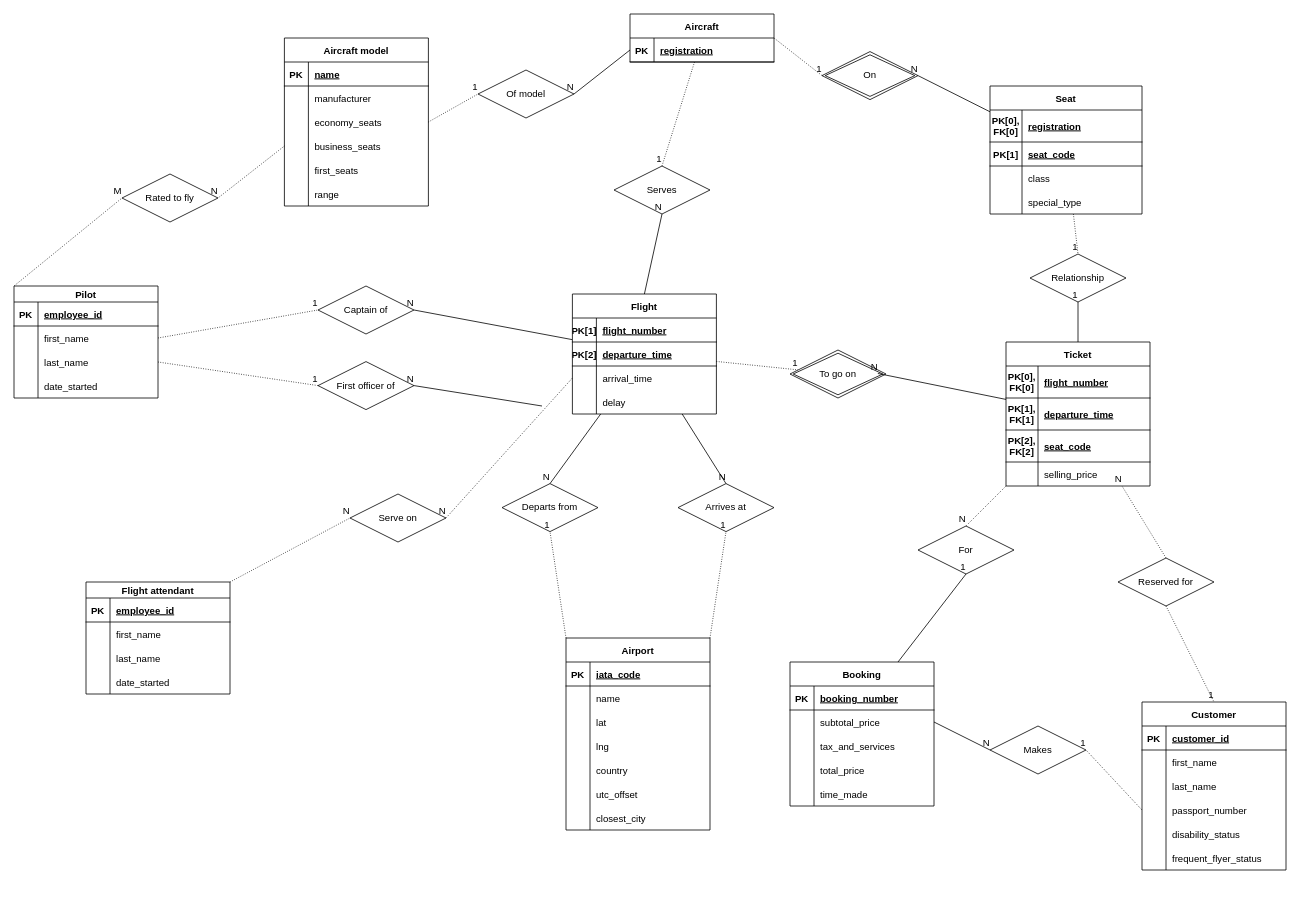
The draw.io diagram Airline system ER diagram.drawio in lyulka/comp3278, before the edit. Source tidied: cells renumbered, new cells numbered last; positions are measured from the earlier drawing's top-left corner, leaving out a move shared by most shapes. Both pictures are drawn from the tidied source at 80%, with x=0, y=0 at pixel (14, 14).
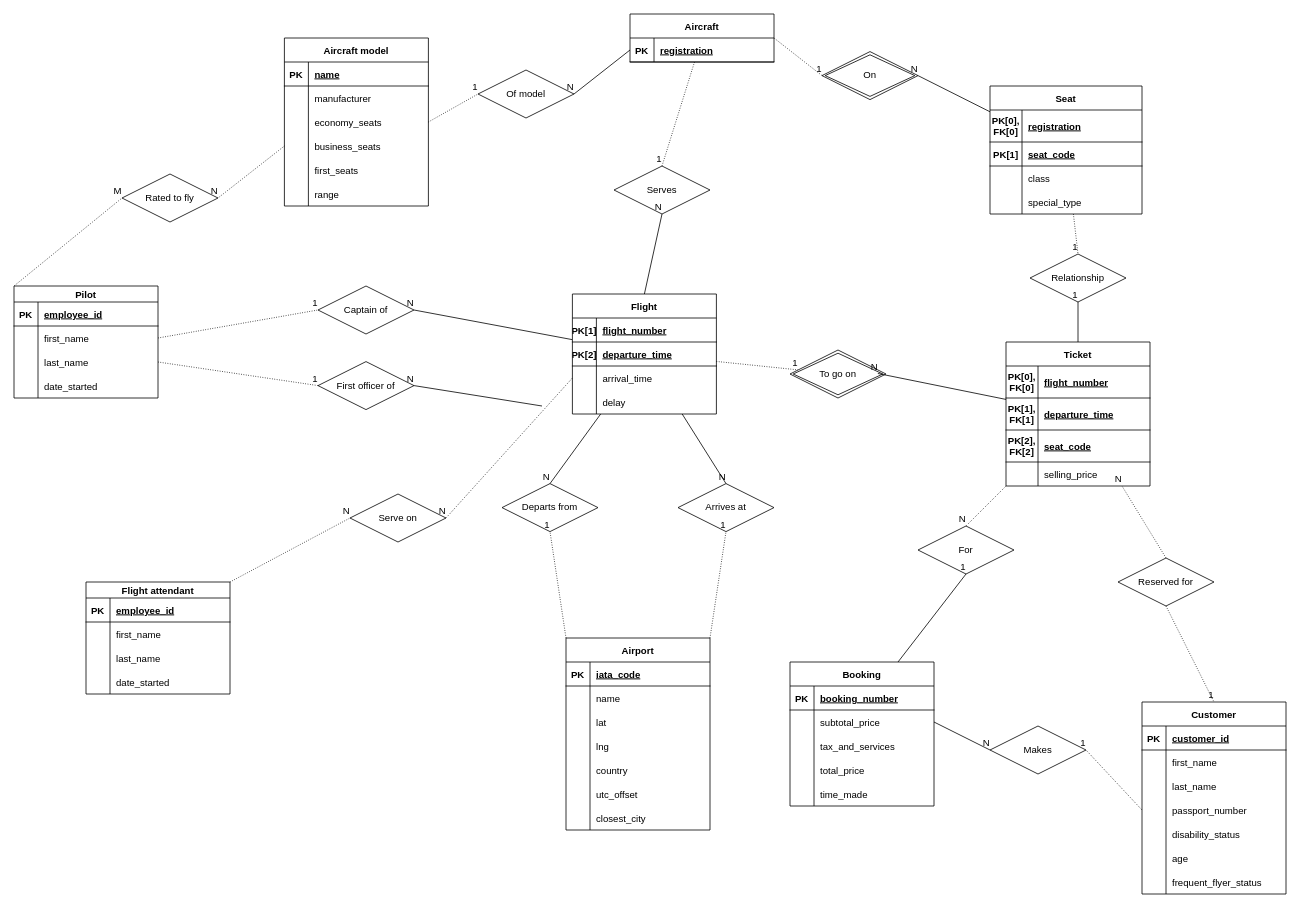
After the change.

Commit message:
Add age attribute to customer

Diff of the diagram source:
```diff
@@
     <mxCell id="146" value="Customer" style="shape=table;startSize=30;childLayout=tableLayout;rowLines=0;fontStyle=1;align=center;" parent="1" vertex="1">
-      <mxGeometry x="1410" y="860" width="180" height="210" as="geometry" />
+      <mxGeometry x="1410" y="860" width="180" height="240" as="geometry" />
     </mxCell>
@@
+    <mxCell id="217" style="shape=partialRectangle;fillColor=none;top=0;left=0;bottom=0;right=0;" parent="146" vertex="1">
+      <mxGeometry y="180" width="180" height="30" as="geometry" />
+    </mxCell>
+    <mxCell id="218" style="shape=partialRectangle;fillColor=none;top=0;left=0;bottom=0;right=0;overflow=hidden;" parent="217" vertex="1">
+      <mxGeometry width="30" height="30" as="geometry" />
+    </mxCell>
+    <mxCell id="219" value="age" style="shape=partialRectangle;fillColor=none;top=0;left=0;bottom=0;right=0;align=left;spacingLeft=6;overflow=hidden;" parent="217" vertex="1">
+      <mxGeometry x="30" width="150" height="30" as="geometry" />
+    </mxCell>
     <mxCell id="162" style="shape=partialRectangle;fillColor=none;top=0;left=0;bottom=0;right=0;" parent="146" vertex="1">
-      <mxGeometry y="180" width="180" height="30" as="geometry" />
+      <mxGeometry y="210" width="180" height="30" as="geometry" />
     </mxCell>
```
